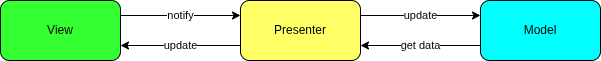
Earlier version of the draw.io export docs/Programming/python/GUI/QT/MVP/images/mvp.drawio.png (robobe/new_blog). Source tidied: cells renumbered, new cells last; positions are measured from the earlier drawing's top-left corner, leaving out a move shared by most shapes. The source it was exported from:
```xml
<mxGraphModel>
  <root>
    <mxCell id="0" />
    <mxCell id="1" parent="0" />
    <mxCell id="2" value="notify" style="edgeStyle=none;html=1;exitX=1;exitY=0.25;exitDx=0;exitDy=0;entryX=0;entryY=0.25;entryDx=0;entryDy=0;" parent="1" edge="1" source="3" target="4">
      <mxGeometry relative="1" as="geometry" />
    </mxCell>
    <mxCell id="3" value="View" style="rounded=1;whiteSpace=wrap;html=1;fillColor=#33FF33;" parent="1" vertex="1">
      <mxGeometry width="120" height="60" as="geometry" />
    </mxCell>
    <mxCell id="4" value="Presenter" style="rounded=1;whiteSpace=wrap;html=1;fillColor=#FFFF66;" parent="1" vertex="1">
      <mxGeometry x="240" width="120" height="60" as="geometry" />
    </mxCell>
    <mxCell id="5" value="Model" style="rounded=1;whiteSpace=wrap;html=1;fillColor=#00FFFF;" parent="1" vertex="1">
      <mxGeometry x="480" width="120" height="60" as="geometry" />
    </mxCell>
    <mxCell id="6" value="update" style="endArrow=classic;html=1;exitX=1;exitY=0.25;exitDx=0;exitDy=0;entryX=0;entryY=0.25;entryDx=0;entryDy=0;" parent="1" edge="1" source="4" target="5">
      <mxGeometry relative="1" as="geometry" />
    </mxCell>
    <mxCell id="7" value="get data" style="endArrow=classic;html=1;exitX=0;exitY=0.75;exitDx=0;exitDy=0;entryX=1;entryY=0.75;entryDx=0;entryDy=0;" parent="1" edge="1" source="5" target="4">
      <mxGeometry relative="1" as="geometry" />
    </mxCell>
    <mxCell id="8" value="update" style="endArrow=classic;html=1;exitX=0;exitY=0.75;exitDx=0;exitDy=0;entryX=1;entryY=0.75;entryDx=0;entryDy=0;entryPerimeter=0;" parent="1" edge="1" source="4" target="3">
      <mxGeometry relative="1" as="geometry" />
    </mxCell>
  </root>
</mxGraphModel>
```
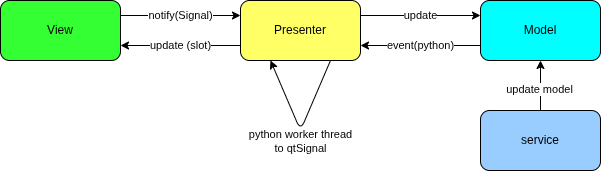
After the commit.

The edit, as a diff of the source:
```diff
@@ -2,7 +2,7 @@
   <root>
     <mxCell id="0" />
     <mxCell id="1" parent="0" />
-    <mxCell id="2" value="notify" style="edgeStyle=none;html=1;exitX=1;exitY=0.25;exitDx=0;exitDy=0;entryX=0;entryY=0.25;entryDx=0;entryDy=0;" parent="1" edge="1" source="3" target="4">
+    <mxCell id="2" value="notify(&lt;span class=&quot;ͼe&quot;&gt;Signal)&lt;/span&gt;" style="edgeStyle=none;html=1;exitX=1;exitY=0.25;exitDx=0;exitDy=0;entryX=0;entryY=0.25;entryDx=0;entryDy=0;" parent="1" edge="1" source="3" target="4">
       <mxGeometry relative="1" as="geometry" />
     </mxCell>
     <mxCell id="3" value="View" style="rounded=1;whiteSpace=wrap;html=1;fillColor=#33FF33;" parent="1" vertex="1">
@@ -17,11 +17,32 @@
     <mxCell id="6" value="update" style="endArrow=classic;html=1;exitX=1;exitY=0.25;exitDx=0;exitDy=0;entryX=0;entryY=0.25;entryDx=0;entryDy=0;" parent="1" edge="1" source="4" target="5">
       <mxGeometry relative="1" as="geometry" />
     </mxCell>
-    <mxCell id="7" value="get data" style="endArrow=classic;html=1;exitX=0;exitY=0.75;exitDx=0;exitDy=0;entryX=1;entryY=0.75;entryDx=0;entryDy=0;" parent="1" edge="1" source="5" target="4">
+    <mxCell id="7" value="event(python)" style="endArrow=classic;html=1;exitX=0;exitY=0.75;exitDx=0;exitDy=0;entryX=1;entryY=0.75;entryDx=0;entryDy=0;" parent="1" edge="1" source="5" target="4">
       <mxGeometry relative="1" as="geometry" />
     </mxCell>
-    <mxCell id="8" value="update" style="endArrow=classic;html=1;exitX=0;exitY=0.75;exitDx=0;exitDy=0;entryX=1;entryY=0.75;entryDx=0;entryDy=0;entryPerimeter=0;" parent="1" edge="1" source="4" target="3">
+    <mxCell id="8" value="update (slot)" style="endArrow=classic;html=1;exitX=0;exitY=0.75;exitDx=0;exitDy=0;entryX=1;entryY=0.75;entryDx=0;entryDy=0;entryPerimeter=0;" parent="1" edge="1" source="4" target="3">
       <mxGeometry relative="1" as="geometry" />
     </mxCell>
+    <mxCell id="9" style="edgeStyle=none;html=1;" parent="1" edge="1" source="11" target="5">
+      <mxGeometry relative="1" as="geometry" />
+    </mxCell>
+    <mxCell id="10" value="update model" style="edgeLabel;html=1;align=center;verticalAlign=middle;" parent="9" vertex="1">
+      <mxGeometry x="-0.12" y="2" relative="1" as="geometry" />
+    </mxCell>
+    <mxCell id="11" value="service" style="rounded=1;whiteSpace=wrap;html=1;fillColor=#99CCFF;" parent="1" vertex="1">
+      <mxGeometry x="480" y="110" width="120" height="60" as="geometry" />
+    </mxCell>
+    <mxCell id="12" style="edgeStyle=none;html=1;exitX=0.75;exitY=1;exitDx=0;exitDy=0;entryX=0.25;entryY=1;entryDx=0;entryDy=0;elbow=vertical;" parent="1" edge="1" source="4" target="4">
+      <mxGeometry relative="1" as="geometry">
+        <Array as="points">
+          <mxPoint x="300" y="130" />
+        </Array>
+      </mxGeometry>
+    </mxCell>
+    <mxCell id="13" value="python worker thread&lt;div&gt;to qtSignal&lt;/div&gt;" style="edgeLabel;html=1;align=center;verticalAlign=middle;" parent="12" vertex="1">
+      <mxGeometry x="-0.32" y="-1" relative="1" as="geometry">
+        <mxPoint x="-9" y="33" as="offset" />
+      </mxGeometry>
+    </mxCell>
   </root>
 </mxGraphModel>
```
